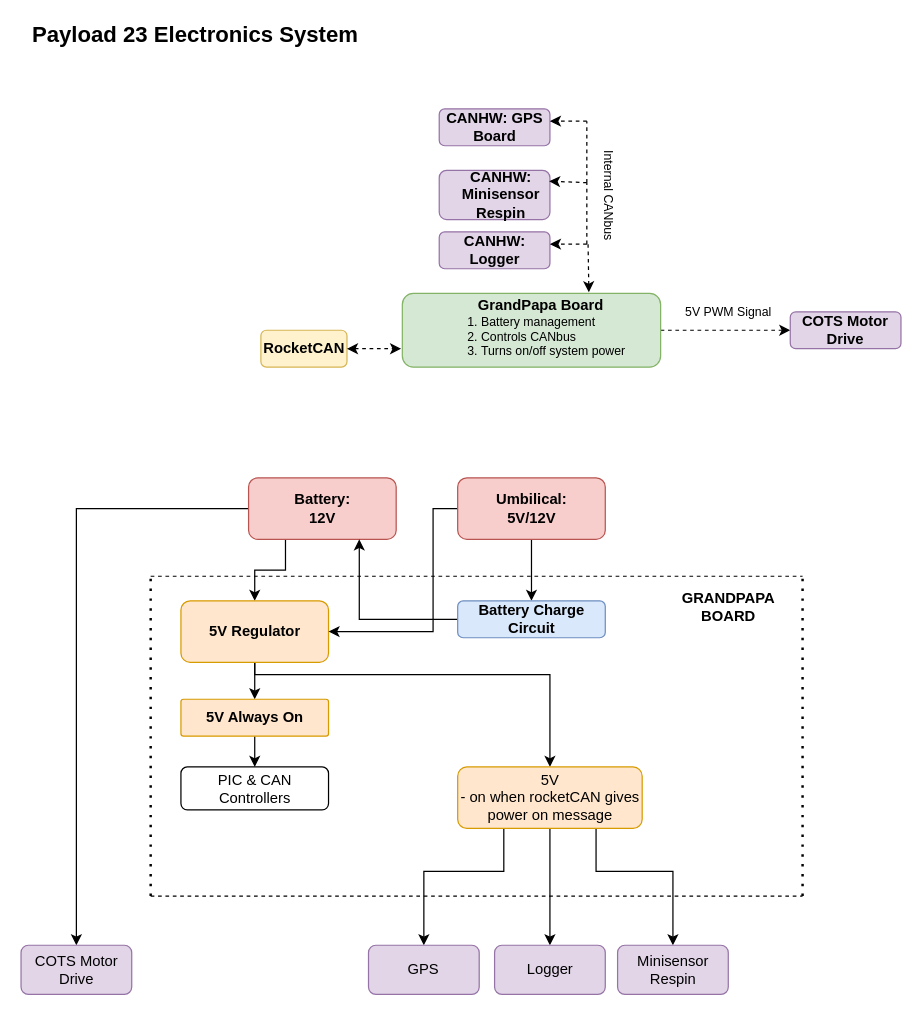
waterloo-rocketry/payload-2023-electrical keeps this draw.io diagram as Payload_2023_Electrical_Master.drawio. Above is the earlier version. Source tidied: cells renumbered, new cells numbered last; positions are measured from the earlier drawing's top-left corner, leaving out a move shared by most shapes. Both pictures are drawn from the tidied source at 123%, with x=0, y=0 at pixel (21, 22).
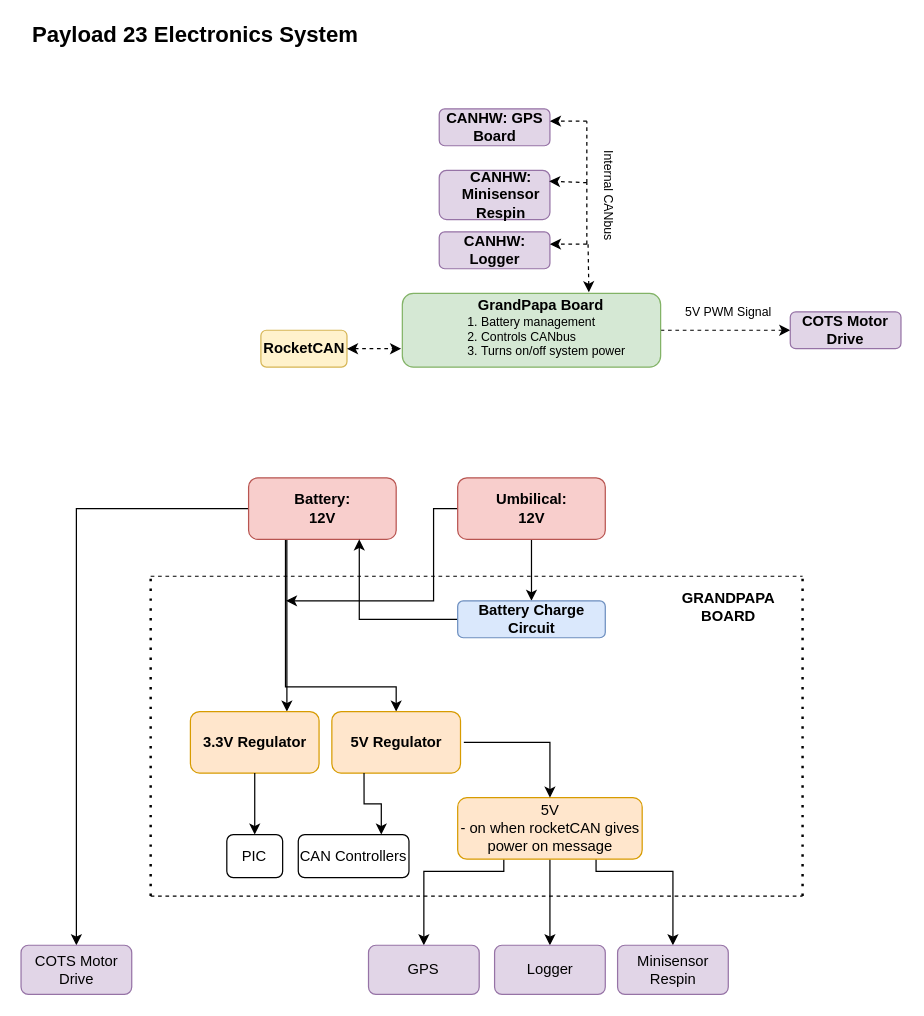
The same page after the edit.

The change refers to these unchanged cells:
```xml
<mxCell id="25" value="&lt;b&gt;Battery:&lt;br&gt;12V&lt;/b&gt;" style="rounded=1;whiteSpace=wrap;html=1;fillColor=#f8cecc;strokeColor=#b85450;" parent="1" vertex="1">
  <mxGeometry x="184.6" y="370" width="120" height="50" as="geometry" />
</mxCell>
<mxCell id="51" value="COTS Motor Drive" style="rounded=1;whiteSpace=wrap;html=1;fillColor=#e1d5e7;strokeColor=#9673a6;" parent="1" vertex="1">
  <mxGeometry x="-0.4" y="750" width="90" height="40" as="geometry" />
</mxCell>
```

Diff of the diagram source:
```diff
@@
+    <mxCell id="24" style="edgeStyle=orthogonalEdgeStyle;rounded=0;jettySize=auto;html=1;exitX=0;exitY=0.5;exitDx=0;exitDy=0;entryX=0.5;entryY=0;entryDx=0;entryDy=0;" parent="1" edge="1" source="25" target="51">
+      <mxGeometry relative="1" as="geometry" />
+    </mxCell>
+    <mxCell id="55" style="edgeStyle=orthogonalEdgeStyle;rounded=0;jettySize=auto;html=1;exitX=0.25;exitY=1;exitDx=0;exitDy=0;entryX=0.75;entryY=0;entryDx=0;entryDy=0;" parent="1" edge="1" source="25" target="60">
+      <mxGeometry relative="1" as="geometry">
+        <Array as="points">
+          <mxPoint x="216" y="420" />
+        </Array>
+      </mxGeometry>
+    </mxCell>
     <mxCell id="23" style="edgeStyle=orthogonalEdgeStyle;rounded=0;jettySize=auto;html=1;exitX=0.25;exitY=1;exitDx=0;exitDy=0;entryX=0.5;entryY=0;entryDx=0;entryDy=0;" parent="1" edge="1" source="25" target="28">
-      <mxGeometry relative="1" as="geometry" />
+      <mxGeometry relative="1" as="geometry">
+        <Array as="points">
+          <mxPoint x="215" y="540" />
+          <mxPoint x="305" y="540" />
+        </Array>
+      </mxGeometry>
     </mxCell>
-    <mxCell id="24" style="edgeStyle=orthogonalEdgeStyle;rounded=0;jettySize=auto;html=1;exitX=0;exitY=0.5;exitDx=0;exitDy=0;entryX=0.5;entryY=0;entryDx=0;entryDy=0;" parent="1" edge="1" source="25" target="51">
-      <mxGeometry relative="1" as="geometry" />
-    </mxCell>
@@
-    <mxCell id="26" style="edgeStyle=orthogonalEdgeStyle;rounded=0;jettySize=auto;html=1;exitX=0.5;exitY=1;exitDx=0;exitDy=0;entryX=0.5;entryY=0;entryDx=0;entryDy=0;" parent="1" edge="1" source="28" target="35">
-      <mxGeometry relative="1" as="geometry">
-        <Array as="points">
-          <mxPoint x="189.6" y="530" />
-          <mxPoint x="189.6" y="530" />
-        </Array>
-      </mxGeometry>
-    </mxCell>
-    <mxCell id="27" style="edgeStyle=orthogonalEdgeStyle;rounded=0;jettySize=auto;html=1;exitX=0.5;exitY=1;exitDx=0;exitDy=0;entryX=0.5;entryY=0;entryDx=0;entryDy=0;" parent="1" edge="1" source="28" target="33">
-      <mxGeometry relative="1" as="geometry">
-        <Array as="points">
-          <mxPoint x="189.6" y="530" />
-          <mxPoint x="429.6" y="530" />
-        </Array>
-      </mxGeometry>
-    </mxCell>
-    <mxCell id="28" style="rounded=1;whiteSpace=wrap;html=1;fillColor=#ffe6cc;strokeColor=#d79b00;" parent="1" vertex="1">
-      <mxGeometry x="129.6" y="470" width="120" height="50" as="geometry" />
-    </mxCell>
-    <mxCell id="29" value="&lt;b&gt;5V Regulator&lt;/b&gt;" style="text;html=1;strokeColor=none;fillColor=none;align=center;verticalAlign=middle;whiteSpace=wrap;rounded=0;" parent="1" vertex="1">
-      <mxGeometry x="129.6" y="480" width="120" height="30" as="geometry" />
-    </mxCell>
@@
     <mxCell id="33" value="&lt;div&gt;5V &lt;br&gt;&lt;/div&gt;&lt;div&gt;- on when rocketCAN gives power on message&lt;br&gt;&lt;/div&gt;" style="rounded=1;whiteSpace=wrap;html=1;fillColor=#ffe6cc;strokeColor=#d79b00;" parent="1" vertex="1">
-      <mxGeometry x="354.6" y="605" width="150" height="50" as="geometry" />
+      <mxGeometry x="354.6" y="630" width="150" height="50" as="geometry" />
     </mxCell>
-    <mxCell id="34" style="edgeStyle=orthogonalEdgeStyle;rounded=0;jettySize=auto;html=1;" parent="1" edge="1" source="35" target="36">
-      <mxGeometry relative="1" as="geometry" />
-    </mxCell>
-    <mxCell id="35" value="&lt;b&gt;5V Always On&lt;br&gt;&lt;/b&gt;" style="text;html=1;strokeColor=#d79b00;fillColor=#ffe6cc;align=center;verticalAlign=middle;whiteSpace=wrap;rounded=1;arcSize=7;" parent="1" vertex="1">
-      <mxGeometry x="129.6" y="550" width="120" height="30" as="geometry" />
-    </mxCell>
-    <mxCell id="36" value="PIC &amp;amp; CAN Controllers" style="whiteSpace=wrap;html=1;rounded=1;" parent="1" vertex="1">
-      <mxGeometry x="129.6" y="605" width="120" height="35" as="geometry" />
+    <mxCell id="36" value="PIC" style="whiteSpace=wrap;html=1;rounded=1;" parent="1" vertex="1">
+      <mxGeometry x="166.9" y="660" width="45.4" height="35" as="geometry" />
     </mxCell>
@@
-    <mxCell id="44" style="edgeStyle=orthogonalEdgeStyle;rounded=0;jettySize=auto;html=1;exitX=0;exitY=0.5;exitDx=0;exitDy=0;entryX=1;entryY=0.5;entryDx=0;entryDy=0;" parent="1" edge="1" source="45" target="29">
+    <mxCell id="44" style="edgeStyle=orthogonalEdgeStyle;rounded=0;jettySize=auto;html=1;exitX=0;exitY=0.5;exitDx=0;exitDy=0;" parent="1" edge="1" source="45">
       <mxGeometry relative="1" as="geometry">
+        <mxPoint x="215" y="470" as="targetPoint" />
         <Array as="points">
-          <mxPoint x="334.6" y="395" />
-          <mxPoint x="334.6" y="495" />
+          <mxPoint x="335" y="395" />
+          <mxPoint x="335" y="470" />
+          <mxPoint x="215" y="470" />
         </Array>
       </mxGeometry>
     </mxCell>
-    <mxCell id="45" value="&lt;b&gt;Umbilical:&lt;br&gt;5V/12V&lt;/b&gt;" style="rounded=1;whiteSpace=wrap;html=1;fillColor=#f8cecc;strokeColor=#b85450;" parent="1" vertex="1">
+    <mxCell id="45" value="&lt;b&gt;Umbilical:&lt;br&gt;12V&lt;/b&gt;" style="rounded=1;whiteSpace=wrap;html=1;fillColor=#f8cecc;strokeColor=#b85450;" parent="1" vertex="1">
       <mxGeometry x="354.6" y="370" width="120" height="50" as="geometry" />
     </mxCell>
@@
+    <mxCell id="56" style="group;" parent="1" vertex="1">
+      <mxGeometry x="249.6" y="480" width="110" height="50" as="geometry" />
+    </mxCell>
+    <mxCell id="57" style="group;" parent="56" vertex="1">
+      <mxGeometry y="80" width="110" height="50" as="geometry" />
+    </mxCell>
+    <mxCell id="28" style="rounded=1;whiteSpace=wrap;html=1;fillColor=#ffe6cc;strokeColor=#d79b00;" parent="57" vertex="1">
+      <mxGeometry x="2.7" width="104.6" height="50" as="geometry" />
+    </mxCell>
+    <mxCell id="29" value="&lt;b&gt;5V Regulator&lt;/b&gt;" style="text;html=1;strokeColor=none;fillColor=none;align=center;verticalAlign=middle;whiteSpace=wrap;rounded=0;" parent="57" vertex="1">
+      <mxGeometry y="10" width="110" height="30" as="geometry" />
+    </mxCell>
+    <mxCell id="58" style="group;" parent="1" vertex="1">
+      <mxGeometry x="134.6" y="480" width="110" height="50" as="geometry" />
+    </mxCell>
+    <mxCell id="59" style="group;" parent="58" vertex="1">
+      <mxGeometry y="80" width="110" height="50" as="geometry" />
+    </mxCell>
+    <mxCell id="60" style="rounded=1;whiteSpace=wrap;html=1;fillColor=#ffe6cc;strokeColor=#d79b00;" parent="59" vertex="1">
+      <mxGeometry x="2.7" width="104.6" height="50" as="geometry" />
+    </mxCell>
+    <mxCell id="61" value="&lt;b&gt;3.3V Regulator&lt;/b&gt;" style="text;html=1;strokeColor=none;fillColor=none;align=center;verticalAlign=middle;whiteSpace=wrap;rounded=0;" parent="59" vertex="1">
+      <mxGeometry y="10" width="110" height="30" as="geometry" />
+    </mxCell>
+    <mxCell id="62" style="edgeStyle=orthogonalEdgeStyle;rounded=0;jettySize=auto;html=1;exitX=1;exitY=0.5;exitDx=0;exitDy=0;entryX=0.5;entryY=0;entryDx=0;entryDy=0;" parent="1" edge="1" source="29" target="33">
+      <mxGeometry relative="1" as="geometry" />
+    </mxCell>
+    <mxCell id="63" style="edgeStyle=orthogonalEdgeStyle;rounded=0;jettySize=auto;html=1;exitX=0.5;exitY=1;exitDx=0;exitDy=0;entryX=0.5;entryY=0;entryDx=0;entryDy=0;" parent="1" edge="1" source="60" target="36">
+      <mxGeometry relative="1" as="geometry" />
+    </mxCell>
+    <mxCell id="64" value="CAN Controllers" style="whiteSpace=wrap;html=1;rounded=1;" parent="1" vertex="1">
+      <mxGeometry x="225" y="660" width="90" height="35" as="geometry" />
+    </mxCell>
+    <mxCell id="65" style="edgeStyle=orthogonalEdgeStyle;rounded=0;jettySize=auto;html=1;exitX=0.25;exitY=1;exitDx=0;exitDy=0;entryX=0.75;entryY=0;entryDx=0;entryDy=0;" parent="1" edge="1" source="28" target="64">
+      <mxGeometry relative="1" as="geometry" />
+    </mxCell>
```
